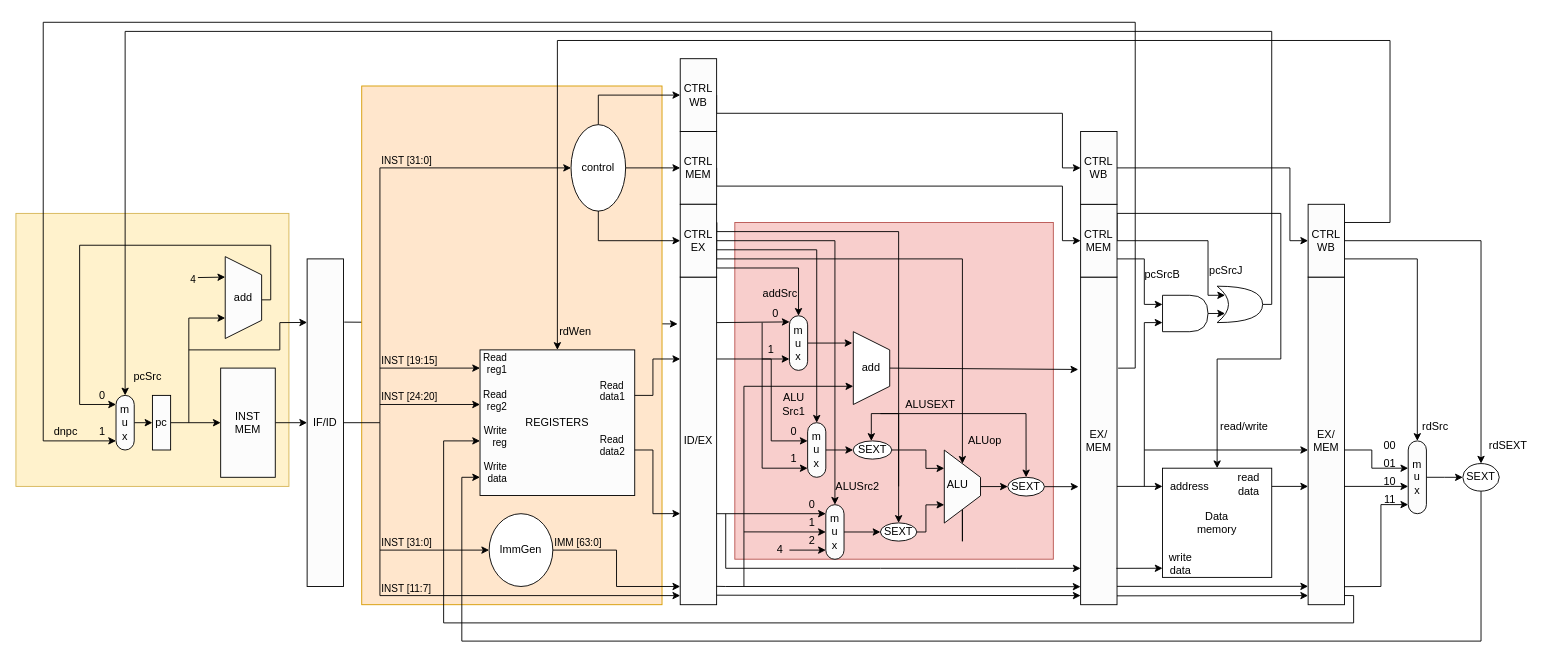
Earlier version of the draw.io diagram Untitled Diagram.drawio (francisyuu/drawtest). Source tidied: cells renumbered, new cells numbered last; positions are measured from the earlier drawing's top-left corner, leaving out a move shared by most shapes. Both pictures are drawn from the tidied source at 91%, with x=0, y=0 at pixel (15, 22).
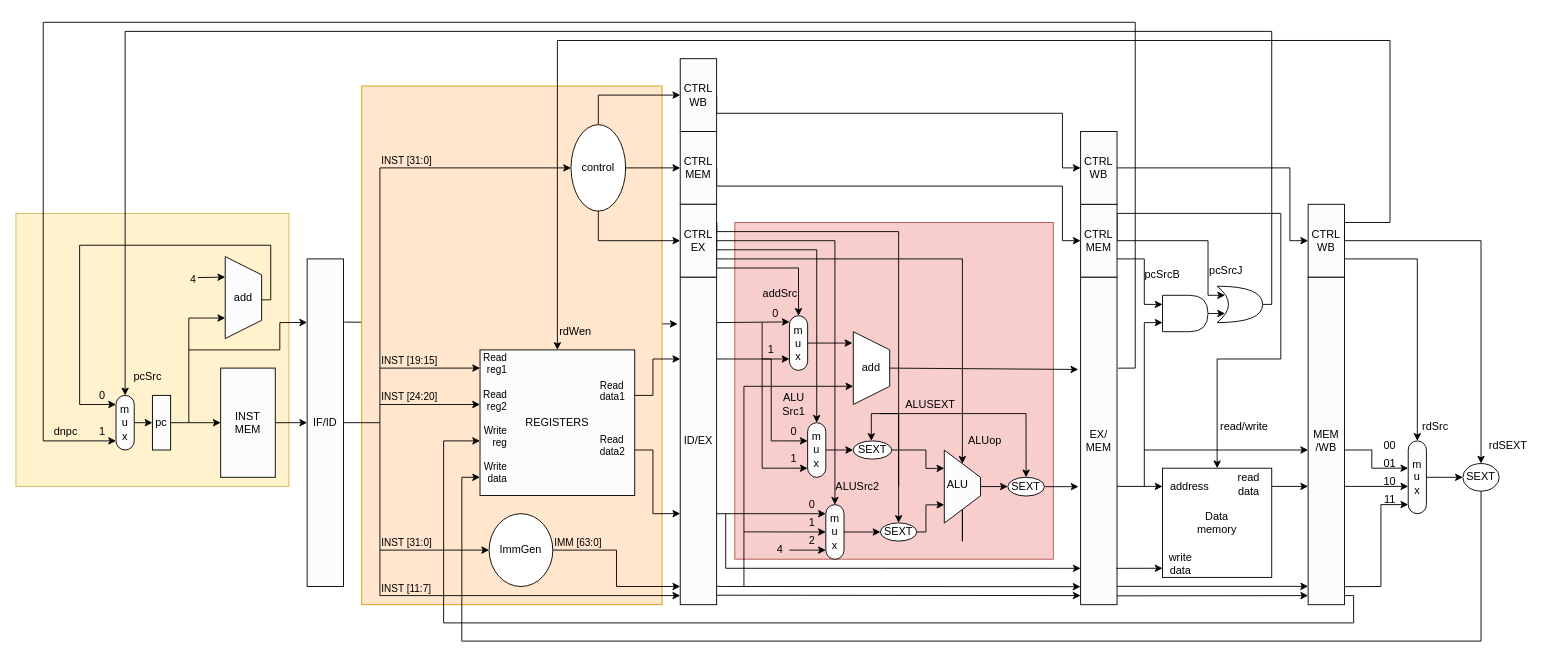
After the change.

Diff of the diagram source:
```diff
@@
-    <mxCell id="67" value="EX/&lt;br&gt;MEM" style="rounded=0;whiteSpace=wrap;html=1;labelBackgroundColor=none;fontColor=default;fillColor=#FCFCFC;" parent="1" vertex="1">
+    <mxCell id="67" value="MEM&lt;br&gt;/WB" style="rounded=0;whiteSpace=wrap;html=1;labelBackgroundColor=none;fontColor=default;fillColor=#FCFCFC;" parent="1" vertex="1">
       <mxGeometry x="1420" y="280" width="40" height="360" as="geometry" />
     </mxCell>
```
